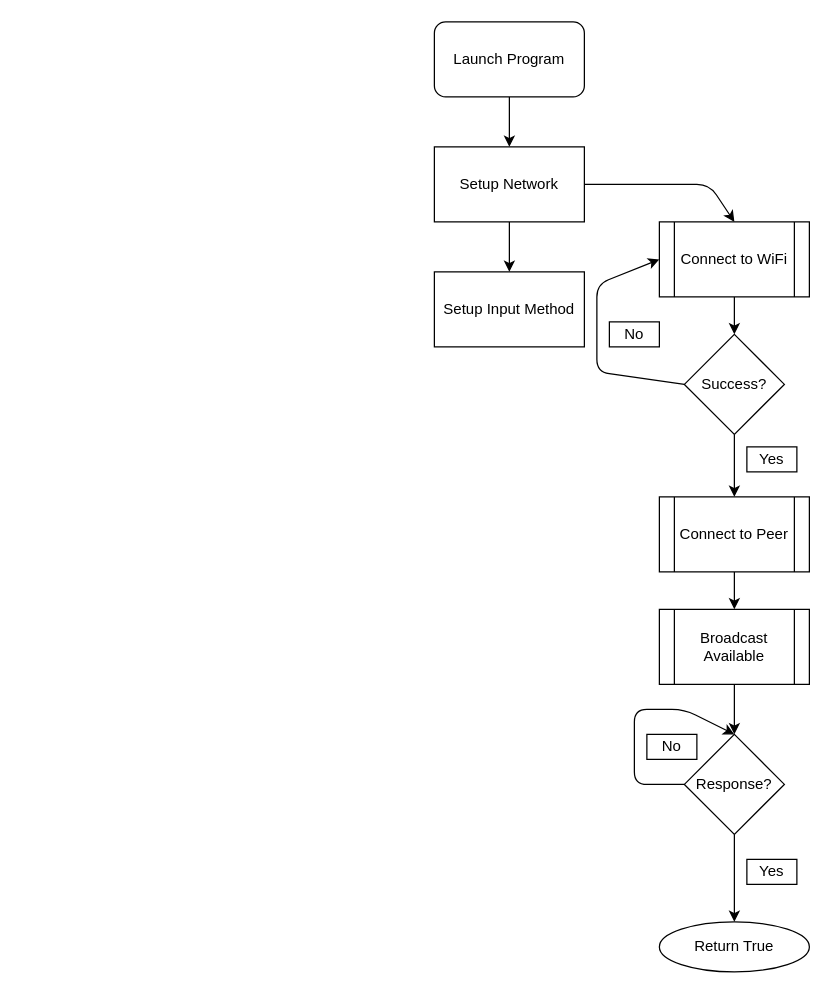
This is page "Setup" (1 of 2) of glEEmail flow.drawio from Matt-and-Gib/gleemail, a draw.io file, before an edit. Source tidied: cells renumbered, new cells numbered last; positions are measured from the earlier drawing's top-left corner, leaving out a move shared by most shapes. Both pictures are drawn from the tidied source at 125%, with x=0, y=0 at pixel (434, 21).
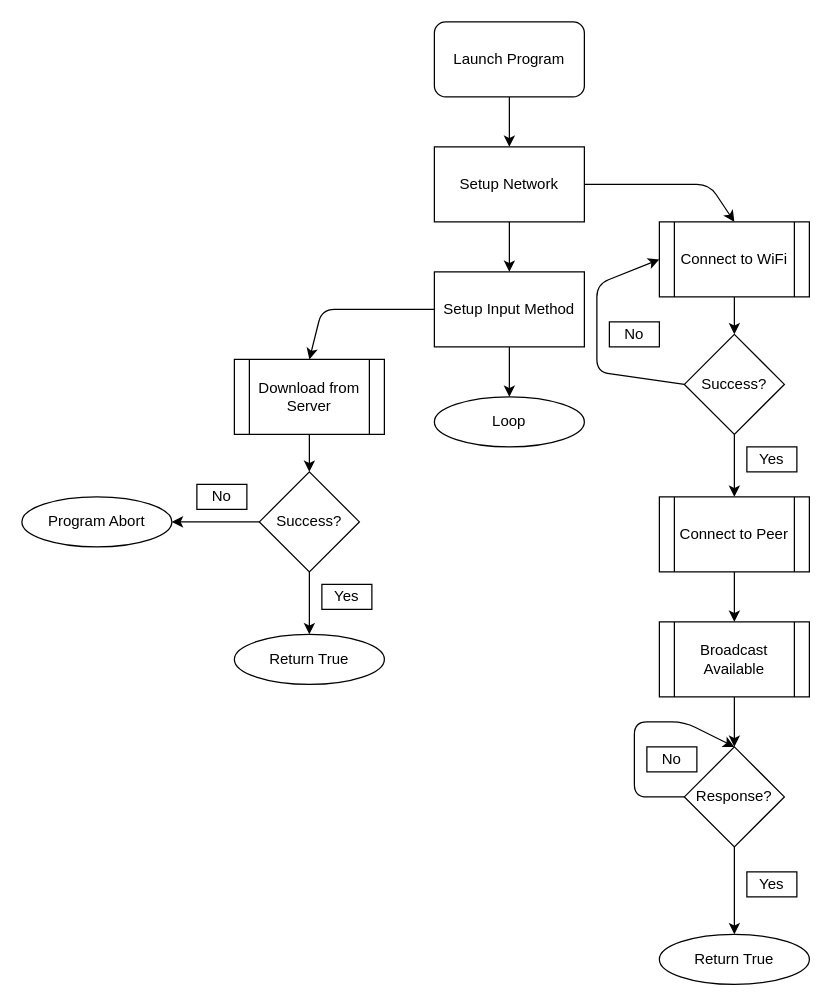
After the change.

Unchanged cells that the change refers to:
```xml
<mxCell id="21" value="Setup Input Method" style="rounded=0;whiteSpace=wrap;html=1;" parent="1" vertex="1">
  <mxGeometry y="200" width="120" height="60" as="geometry" />
</mxCell>
```

Diff of the diagram source:
```diff
@@
     <mxCell id="13" value="Response?" style="rhombus;whiteSpace=wrap;html=1;" parent="1" vertex="1">
-      <mxGeometry x="200" y="570" width="80" height="80" as="geometry" />
+      <mxGeometry x="200" y="580" width="80" height="80" as="geometry" />
     </mxCell>
@@
     <mxCell id="16" value="Broadcast Available" style="shape=process;whiteSpace=wrap;html=1;backgroundOutline=1;" parent="1" vertex="1">
-      <mxGeometry x="180" y="470" width="120" height="60" as="geometry" />
+      <mxGeometry x="180" y="480" width="120" height="60" as="geometry" />
     </mxCell>
@@
     <mxCell id="18" value="Yes" style="rounded=0;whiteSpace=wrap;html=1;" parent="1" vertex="1">
-      <mxGeometry x="250" y="670" width="40" height="20" as="geometry" />
+      <mxGeometry x="250" y="680" width="40" height="20" as="geometry" />
     </mxCell>
     <mxCell id="19" style="endArrow=classic;html=1;exitX=0;exitY=0.5;exitDx=0;exitDy=0;entryX=0.5;entryY=0;entryDx=0;entryDy=0;" parent="1" edge="1" source="13" target="13">
       <mxGeometry relative="1" as="geometry">
         <Array as="points">
-          <mxPoint x="160" y="610" />
-          <mxPoint x="160" y="550" />
-          <mxPoint x="200" y="550" />
+          <mxPoint x="160" y="620" />
+          <mxPoint x="160" y="560" />
+          <mxPoint x="200" y="560" />
         </Array>
       </mxGeometry>
     </mxCell>
     <mxCell id="20" value="No" style="rounded=0;whiteSpace=wrap;html=1;" parent="1" vertex="1">
-      <mxGeometry x="170" y="570" width="40" height="20" as="geometry" />
+      <mxGeometry x="170" y="580" width="40" height="20" as="geometry" />
     </mxCell>
@@
     <mxCell id="23" value="Return True" style="ellipse;whiteSpace=wrap;html=1;" parent="1" vertex="1">
-      <mxGeometry x="180" y="720" width="120" height="40" as="geometry" />
+      <mxGeometry x="180" y="730" width="120" height="40" as="geometry" />
     </mxCell>
@@
+    <mxCell id="25" style="endArrow=classic;html=1;exitX=0;exitY=0.5;exitDx=0;exitDy=0;entryX=0.5;entryY=0;entryDx=0;entryDy=0;" parent="1" edge="1" source="21" target="27">
+      <mxGeometry relative="1" as="geometry">
+        <Array as="points">
+          <mxPoint x="-90" y="230" />
+        </Array>
+      </mxGeometry>
+    </mxCell>
+    <mxCell id="26" style="edgeStyle=orthogonalEdgeStyle;rounded=0;jettySize=auto;html=1;entryX=0.5;entryY=0;entryDx=0;entryDy=0;" parent="1" edge="1" source="27" target="28">
+      <mxGeometry relative="1" as="geometry" />
+    </mxCell>
+    <mxCell id="27" value="Download from Server" style="shape=process;whiteSpace=wrap;html=1;backgroundOutline=1;" parent="1" vertex="1">
+      <mxGeometry x="-160" y="270" width="120" height="60" as="geometry" />
+    </mxCell>
+    <mxCell id="28" value="Success?" style="rhombus;whiteSpace=wrap;html=1;" parent="1" vertex="1">
+      <mxGeometry x="-140" y="360" width="80" height="80" as="geometry" />
+    </mxCell>
+    <mxCell id="29" style="endArrow=classic;html=1;exitX=0;exitY=0.5;exitDx=0;exitDy=0;" parent="1" edge="1" source="28">
+      <mxGeometry relative="1" as="geometry">
+        <mxPoint x="-210" y="400" as="targetPoint" />
+      </mxGeometry>
+    </mxCell>
+    <mxCell id="30" value="Program Abort" style="ellipse;whiteSpace=wrap;html=1;" parent="1" vertex="1">
+      <mxGeometry x="-330" y="380" width="120" height="40" as="geometry" />
+    </mxCell>
+    <mxCell id="31" style="endArrow=classic;html=1;exitX=0.5;exitY=1;exitDx=0;exitDy=0;" parent="1" edge="1" source="28">
+      <mxGeometry relative="1" as="geometry">
+        <mxPoint x="-100" y="490" as="targetPoint" />
+      </mxGeometry>
+    </mxCell>
+    <mxCell id="32" value="Return True" style="ellipse;whiteSpace=wrap;html=1;" parent="1" vertex="1">
+      <mxGeometry x="-160" y="490" width="120" height="40" as="geometry" />
+    </mxCell>
+    <mxCell id="33" value="Yes" style="rounded=0;whiteSpace=wrap;html=1;" parent="1" vertex="1">
+      <mxGeometry x="-90" y="450" width="40" height="20" as="geometry" />
+    </mxCell>
+    <mxCell id="34" value="No" style="rounded=0;whiteSpace=wrap;html=1;" parent="1" vertex="1">
+      <mxGeometry x="-190" y="370" width="40" height="20" as="geometry" />
+    </mxCell>
+    <mxCell id="35" value="Loop" style="ellipse;whiteSpace=wrap;html=1;" parent="1" vertex="1">
+      <mxGeometry y="300" width="120" height="40" as="geometry" />
+    </mxCell>
+    <mxCell id="36" style="endArrow=classic;html=1;exitX=0.5;exitY=1;exitDx=0;exitDy=0;entryX=0.5;entryY=0;entryDx=0;entryDy=0;" parent="1" edge="1" source="21" target="35">
+      <mxGeometry relative="1" as="geometry" />
+    </mxCell>
```
